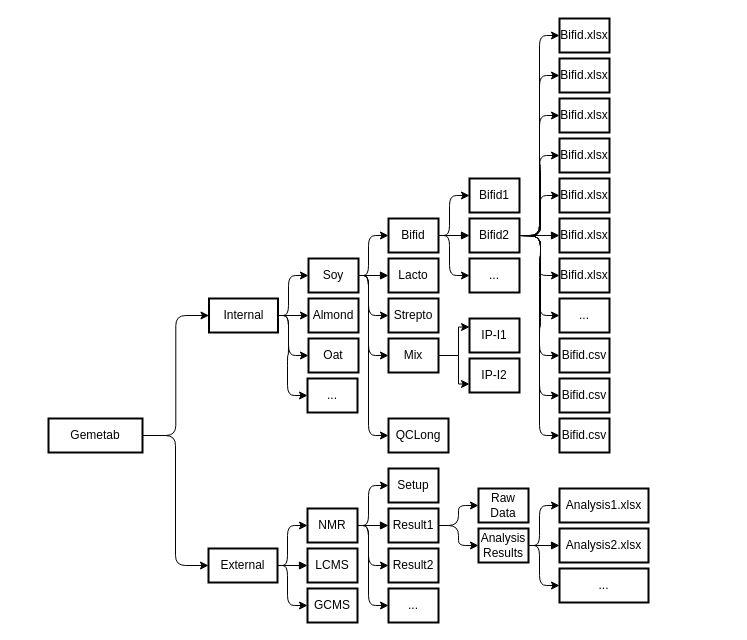
Yoseko/first_streamlit_app keeps this draw.io diagram as Diagramme sans nom.drawio. Above is the earlier version. Source tidied: cells renumbered, new cells numbered last; positions are measured from the earlier drawing's top-left corner, leaving out a move shared by most shapes. Both pictures are drawn from the tidied source at 100%, with x=0, y=0 at pixel (48, 18).
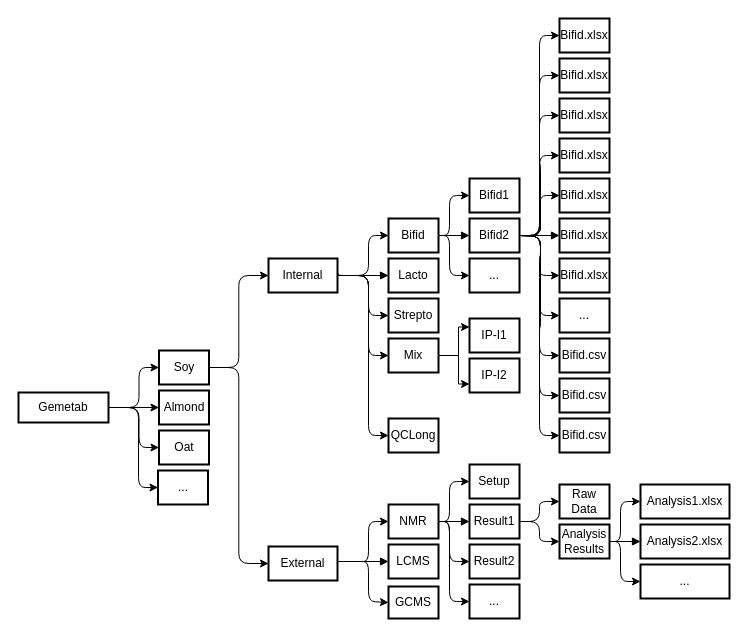
After the change.

Unchanged cells that the change refers to:
```xml
<mxCell id="29" value="Bifid" style="whiteSpace=wrap;strokeWidth=2;" parent="1" vertex="1">
  <mxGeometry x="340" y="200" width="50" height="34" as="geometry" />
</mxCell>
<mxCell id="32" value="Strepto" style="whiteSpace=wrap;strokeWidth=2;" parent="1" vertex="1">
  <mxGeometry x="340" y="280" width="50" height="34" as="geometry" />
</mxCell>
<mxCell id="43" value="Mix" style="whiteSpace=wrap;strokeWidth=2;" parent="1" vertex="1">
  <mxGeometry x="340" y="320" width="50" height="34" as="geometry" />
</mxCell>
```

Diff of the diagram source:
```diff
@@
-    <mxCell id="2" style="edgeStyle=orthogonalEdgeStyle;rounded=1;jettySize=auto;html=1;exitX=1;exitY=0.5;exitDx=0;exitDy=0;entryX=0;entryY=0.5;entryDx=0;entryDy=0;curved=0;" parent="1" edge="1" source="3" target="8">
+    <mxCell id="2" style="edgeStyle=orthogonalEdgeStyle;rounded=1;jettySize=auto;html=1;exitX=1;exitY=0.5;exitDx=0;exitDy=0;entryX=0;entryY=0.5;entryDx=0;entryDy=0;curved=0;" parent="1" edge="1" source="16" target="8">
       <mxGeometry relative="1" as="geometry" />
     </mxCell>
     <mxCell id="3" value="Gemetab" style="whiteSpace=wrap;strokeWidth=2;" parent="1" vertex="1">
-      <mxGeometry y="400" width="94" height="34" as="geometry" />
+      <mxGeometry x="-30" y="374" width="90" height="30" as="geometry" />
     </mxCell>
-    <mxCell id="4" style="edgeStyle=orthogonalEdgeStyle;rounded=0;jettySize=auto;html=1;exitX=1;exitY=0.5;exitDx=0;exitDy=0;entryX=0;entryY=0.5;entryDx=0;entryDy=0;" parent="1" edge="1" source="8" target="18">
-      <mxGeometry relative="1" as="geometry" />
+    <mxCell id="4" style="edgeStyle=orthogonalEdgeStyle;rounded=0;jettySize=auto;html=1;exitX=1;exitY=0.5;exitDx=0;exitDy=0;entryX=0;entryY=0.5;entryDx=0;entryDy=0;" parent="1" edge="1" target="18">
+      <mxGeometry relative="1" as="geometry">
+        <mxPoint x="80" y="389" as="sourcePoint" />
+      </mxGeometry>
     </mxCell>
-    <mxCell id="5" style="edgeStyle=orthogonalEdgeStyle;rounded=1;jettySize=auto;html=1;exitX=1;exitY=0.5;exitDx=0;exitDy=0;entryX=0;entryY=0.5;entryDx=0;entryDy=0;curved=0;" parent="1" edge="1" source="8" target="16">
+    <mxCell id="5" style="edgeStyle=orthogonalEdgeStyle;rounded=1;jettySize=auto;html=1;entryX=0;entryY=0.5;entryDx=0;entryDy=0;curved=0;" parent="1" edge="1" target="16">
       <mxGeometry relative="1" as="geometry">
+        <mxPoint x="60" y="389" as="sourcePoint" />
         <Array as="points">
-          <mxPoint x="240" y="297" />
-          <mxPoint x="240" y="257" />
+          <mxPoint x="90.5" y="389" />
+          <mxPoint x="90.5" y="349" />
         </Array>
       </mxGeometry>
     </mxCell>
-    <mxCell id="6" style="edgeStyle=orthogonalEdgeStyle;rounded=1;jettySize=auto;html=1;exitX=1;exitY=0.5;exitDx=0;exitDy=0;entryX=0;entryY=0.5;entryDx=0;entryDy=0;curved=0;" parent="1" edge="1" source="8" target="19">
+    <mxCell id="6" style="edgeStyle=orthogonalEdgeStyle;rounded=1;jettySize=auto;html=1;entryX=0;entryY=0.5;entryDx=0;entryDy=0;curved=0;" parent="1" edge="1" target="19">
       <mxGeometry relative="1" as="geometry">
+        <mxPoint x="60" y="389" as="sourcePoint" />
         <Array as="points">
-          <mxPoint x="240" y="297" />
-          <mxPoint x="240" y="337" />
+          <mxPoint x="90.5" y="389" />
+          <mxPoint x="90.5" y="429" />
         </Array>
       </mxGeometry>
     </mxCell>
-    <mxCell id="7" style="edgeStyle=orthogonalEdgeStyle;rounded=1;jettySize=auto;html=1;exitX=1;exitY=0.5;exitDx=0;exitDy=0;entryX=0;entryY=0.5;entryDx=0;entryDy=0;curved=0;" parent="1" edge="1" source="8" target="45">
+    <mxCell id="7" style="edgeStyle=orthogonalEdgeStyle;rounded=1;jettySize=auto;html=1;exitX=1;exitY=0.5;exitDx=0;exitDy=0;entryX=0;entryY=0.5;entryDx=0;entryDy=0;curved=0;" parent="1" edge="1" source="3" target="45">
       <mxGeometry relative="1" as="geometry">
         <Array as="points">
-          <mxPoint x="240" y="297" />
-          <mxPoint x="240" y="337" />
-          <mxPoint x="239" y="337" />
-          <mxPoint x="239" y="377" />
+          <mxPoint x="90" y="389" />
+          <mxPoint x="90" y="469" />
         </Array>
       </mxGeometry>
     </mxCell>
     <mxCell id="8" value="Internal" style="whiteSpace=wrap;strokeWidth=2;" parent="1" vertex="1">
-      <mxGeometry x="160.5" y="280" width="69" height="34" as="geometry" />
+      <mxGeometry x="220" y="240" width="69" height="34" as="geometry" />
     </mxCell>
-    <mxCell id="9" style="edgeStyle=orthogonalEdgeStyle;rounded=1;jettySize=auto;html=1;exitX=1;exitY=0.5;exitDx=0;exitDy=0;entryX=0;entryY=0.5;entryDx=0;entryDy=0;curved=0;" parent="1" edge="1" source="11" target="23">
+    <mxCell id="9" style="edgeStyle=orthogonalEdgeStyle;rounded=1;jettySize=auto;html=1;exitX=1;exitY=0.5;exitDx=0;exitDy=0;entryX=0;entryY=0.5;entryDx=0;entryDy=0;curved=0;" parent="1" edge="1" target="23">
       <mxGeometry relative="1" as="geometry">
+        <mxPoint x="310" y="543" as="sourcePoint" />
         <Array as="points">
-          <mxPoint x="239" y="547" />
-          <mxPoint x="239" y="507" />
+          <mxPoint x="320" y="543" />
+          <mxPoint x="320" y="503" />
         </Array>
       </mxGeometry>
     </mxCell>
-    <mxCell id="10" style="edgeStyle=orthogonalEdgeStyle;rounded=1;jettySize=auto;html=1;exitX=1;exitY=0.5;exitDx=0;exitDy=0;entryX=0;entryY=0.5;entryDx=0;entryDy=0;curved=0;" parent="1" edge="1" source="11" target="26">
+    <mxCell id="10" style="edgeStyle=orthogonalEdgeStyle;rounded=1;jettySize=auto;html=1;exitX=1;exitY=0.5;exitDx=0;exitDy=0;entryX=0;entryY=0.5;entryDx=0;entryDy=0;curved=0;" parent="1" edge="1" target="26">
       <mxGeometry relative="1" as="geometry">
+        <mxPoint x="310" y="543" as="sourcePoint" />
         <Array as="points">
-          <mxPoint x="239" y="547" />
-          <mxPoint x="239" y="587" />
+          <mxPoint x="320" y="543" />
+          <mxPoint x="320" y="583" />
         </Array>
       </mxGeometry>
     </mxCell>
     <mxCell id="11" value="External" style="whiteSpace=wrap;strokeWidth=2;" parent="1" vertex="1">
-      <mxGeometry x="160" y="530" width="69" height="34" as="geometry" />
+      <mxGeometry x="220" y="528" width="69" height="34" as="geometry" />
     </mxCell>
-    <mxCell id="12" style="edgeStyle=orthogonalEdgeStyle;rounded=1;jettySize=auto;html=1;exitX=1;exitY=0.5;exitDx=0;exitDy=0;entryX=0;entryY=0.5;entryDx=0;entryDy=0;curved=0;" parent="1" edge="1" source="16" target="29">
+    <mxCell id="12" style="edgeStyle=orthogonalEdgeStyle;rounded=1;jettySize=auto;html=1;exitX=1;exitY=0.5;exitDx=0;exitDy=0;entryX=0;entryY=0.5;entryDx=0;entryDy=0;curved=0;" parent="1" edge="1" source="8" target="29">
       <mxGeometry relative="1" as="geometry">
         <Array as="points">
+          <mxPoint x="290" y="255" />
+          <mxPoint x="290" y="257" />
           <mxPoint x="320" y="257" />
           <mxPoint x="320" y="217" />
         </Array>
       </mxGeometry>
     </mxCell>
-    <mxCell id="13" style="edgeStyle=orthogonalEdgeStyle;rounded=1;jettySize=auto;html=1;exitX=1;exitY=0.5;exitDx=0;exitDy=0;entryX=0;entryY=0.5;entryDx=0;entryDy=0;curved=0;" parent="1" edge="1" source="16" target="32">
+    <mxCell id="13" style="edgeStyle=orthogonalEdgeStyle;rounded=1;jettySize=auto;html=1;exitX=1;exitY=0.5;exitDx=0;exitDy=0;entryX=0;entryY=0.5;entryDx=0;entryDy=0;curved=0;" parent="1" edge="1" source="8" target="32">
       <mxGeometry relative="1" as="geometry">
         <Array as="points">
+          <mxPoint x="289" y="257" />
           <mxPoint x="320" y="257" />
           <mxPoint x="320" y="297" />
         </Array>
       </mxGeometry>
     </mxCell>
-    <mxCell id="14" style="edgeStyle=orthogonalEdgeStyle;rounded=1;jettySize=auto;html=1;exitX=1;exitY=0.5;exitDx=0;exitDy=0;entryX=0;entryY=0.5;entryDx=0;entryDy=0;curved=0;" parent="1" edge="1" source="16" target="43">
+    <mxCell id="14" style="edgeStyle=orthogonalEdgeStyle;rounded=1;jettySize=auto;html=1;exitX=1;exitY=0.5;exitDx=0;exitDy=0;entryX=0;entryY=0.5;entryDx=0;entryDy=0;curved=0;" parent="1" edge="1" source="8" target="43">
       <mxGeometry relative="1" as="geometry">
         <Array as="points">
+          <mxPoint x="289" y="257" />
           <mxPoint x="320" y="257" />
           <mxPoint x="320" y="337" />
         </Array>
       </mxGeometry>
     </mxCell>
-    <mxCell id="15" style="edgeStyle=orthogonalEdgeStyle;rounded=1;jettySize=auto;html=1;exitX=1;exitY=0.5;exitDx=0;exitDy=0;entryX=0;entryY=0.5;entryDx=0;entryDy=0;curved=0;" parent="1" edge="1" source="16" target="81">
+    <mxCell id="15" style="edgeStyle=orthogonalEdgeStyle;rounded=1;jettySize=auto;html=1;exitX=1;exitY=0.5;exitDx=0;exitDy=0;entryX=0;entryY=0.5;entryDx=0;entryDy=0;curved=0;" parent="1" edge="1" source="8" target="81">
       <mxGeometry relative="1" as="geometry">
         <Array as="points">
+          <mxPoint x="289" y="257" />
           <mxPoint x="320" y="257" />
           <mxPoint x="320" y="417" />
         </Array>
       </mxGeometry>
     </mxCell>
     <mxCell id="16" value="Soy" style="whiteSpace=wrap;strokeWidth=2;" parent="1" vertex="1">
-      <mxGeometry x="260" y="240" width="50" height="34" as="geometry" />
+      <mxGeometry x="110.5" y="332" width="50" height="34" as="geometry" />
     </mxCell>
-    <mxCell id="17" style="edgeStyle=orthogonalEdgeStyle;rounded=1;jettySize=auto;html=1;exitX=1;exitY=0.5;exitDx=0;exitDy=0;entryX=0;entryY=0.5;entryDx=0;entryDy=0;curved=0;" parent="1" edge="1" source="3" target="11">
-      <mxGeometry relative="1" as="geometry" />
-    </mxCell>
     <mxCell id="18" value="Almond" style="whiteSpace=wrap;strokeWidth=2;" parent="1" vertex="1">
-      <mxGeometry x="260" y="280" width="50" height="34" as="geometry" />
+      <mxGeometry x="110.5" y="372" width="50" height="34" as="geometry" />
     </mxCell>
     <mxCell id="19" value="Oat" style="whiteSpace=wrap;strokeWidth=2;" parent="1" vertex="1">
-      <mxGeometry x="260" y="320" width="50" height="34" as="geometry" />
+      <mxGeometry x="110.5" y="412" width="50" height="34" as="geometry" />
     </mxCell>
     <mxCell id="20" style="edgeStyle=orthogonalEdgeStyle;rounded=1;jettySize=auto;html=1;exitX=1;exitY=0.5;exitDx=0;exitDy=0;entryX=0;entryY=0.5;entryDx=0;entryDy=0;curved=0;" parent="1" edge="1" source="23" target="33">
       <mxGeometry relative="1" as="geometry">
         <Array as="points">
-          <mxPoint x="320" y="507" />
-          <mxPoint x="320" y="467" />
+          <mxPoint x="401" y="503" />
+          <mxPoint x="401" y="463" />
         </Array>
       </mxGeometry>
     </mxCell>
     <mxCell id="21" style="edgeStyle=orthogonalEdgeStyle;rounded=1;jettySize=auto;html=1;exitX=1;exitY=0.5;exitDx=0;exitDy=0;entryX=0;entryY=0.5;entryDx=0;entryDy=0;curved=0;" parent="1" edge="1" source="23" target="37">
       <mxGeometry relative="1" as="geometry">
         <Array as="points">
-          <mxPoint x="320" y="507" />
-          <mxPoint x="320" y="547" />
+          <mxPoint x="401" y="503" />
+          <mxPoint x="401" y="543" />
         </Array>
       </mxGeometry>
     </mxCell>
     <mxCell id="22" style="edgeStyle=orthogonalEdgeStyle;rounded=1;jettySize=auto;html=1;exitX=1;exitY=0.5;exitDx=0;exitDy=0;entryX=0;entryY=0.5;entryDx=0;entryDy=0;curved=0;" parent="1" edge="1" source="23" target="44">
       <mxGeometry relative="1" as="geometry">
         <Array as="points">
-          <mxPoint x="320" y="507" />
-          <mxPoint x="320" y="587" />
+          <mxPoint x="401" y="503" />
+          <mxPoint x="401" y="583" />
         </Array>
       </mxGeometry>
     </mxCell>
     <mxCell id="23" value="NMR" style="whiteSpace=wrap;strokeWidth=2;" parent="1" vertex="1">
-      <mxGeometry x="259" y="490" width="50" height="34" as="geometry" />
+      <mxGeometry x="340" y="486" width="50" height="34" as="geometry" />
     </mxCell>
     <mxCell id="24" value="LCMS" style="whiteSpace=wrap;strokeWidth=2;" parent="1" vertex="1">
-      <mxGeometry x="259" y="530" width="50" height="34" as="geometry" />
+      <mxGeometry x="340" y="526" width="50" height="34" as="geometry" />
     </mxCell>
     <mxCell id="25" style="curved=0;startArrow=none;endArrow=block;entryX=0;entryY=0.5;entryDx=0;entryDy=0;rounded=1;" parent="1" edge="1" target="24">
       <mxGeometry relative="1" as="geometry">
-        <mxPoint x="229" y="547" as="sourcePoint" />
+        <mxPoint x="290" y="543" as="sourcePoint" />
       </mxGeometry>
     </mxCell>
     <mxCell id="26" value="GCMS" style="whiteSpace=wrap;strokeWidth=2;" parent="1" vertex="1">
-      <mxGeometry x="259" y="570" width="50" height="34" as="geometry" />
+      <mxGeometry x="340" y="568" width="50" height="32" as="geometry" />
     </mxCell>
@@
     <mxCell id="33" value="Setup" style="whiteSpace=wrap;strokeWidth=2;" parent="1" vertex="1">
-      <mxGeometry x="340" y="450" width="50" height="34" as="geometry" />
+      <mxGeometry x="421" y="446" width="50" height="34" as="geometry" />
     </mxCell>
@@
     <mxCell id="35" value="Result1" style="whiteSpace=wrap;strokeWidth=2;" parent="1" vertex="1">
-      <mxGeometry x="340" y="490" width="50" height="34" as="geometry" />
+      <mxGeometry x="421" y="486" width="50" height="34" as="geometry" />
     </mxCell>
     <mxCell id="36" style="curved=0;startArrow=none;endArrow=block;entryX=0;entryY=0.5;entryDx=0;entryDy=0;rounded=1;" parent="1" edge="1" target="35">
       <mxGeometry relative="1" as="geometry">
-        <mxPoint x="310" y="507" as="sourcePoint" />
+        <mxPoint x="391" y="503" as="sourcePoint" />
       </mxGeometry>
     </mxCell>
     <mxCell id="37" value="Result2" style="whiteSpace=wrap;strokeWidth=2;" parent="1" vertex="1">
-      <mxGeometry x="340" y="530" width="50" height="34" as="geometry" />
+      <mxGeometry x="421" y="526" width="50" height="34" as="geometry" />
     </mxCell>
     <mxCell id="38" value="Raw Data" style="whiteSpace=wrap;strokeWidth=2;" parent="1" vertex="1">
-      <mxGeometry x="430" y="470" width="50" height="34" as="geometry" />
+      <mxGeometry x="511" y="466" width="50" height="34" as="geometry" />
     </mxCell>
     <mxCell id="39" value="Analysis Results" style="whiteSpace=wrap;strokeWidth=2;" parent="1" vertex="1">
-      <mxGeometry x="430" y="510" width="50" height="34" as="geometry" />
+      <mxGeometry x="511" y="506" width="50" height="34" as="geometry" />
     </mxCell>
     <mxCell id="40" style="edgeStyle=orthogonalEdgeStyle;rounded=1;jettySize=auto;html=1;exitX=1;exitY=0.5;exitDx=0;exitDy=0;entryX=0;entryY=0.5;entryDx=0;entryDy=0;curved=0;" parent="1" edge="1" source="35" target="38">
       <mxGeometry relative="1" as="geometry">
         <Array as="points">
-          <mxPoint x="410" y="507" />
-          <mxPoint x="410" y="487" />
+          <mxPoint x="491" y="503" />
+          <mxPoint x="491" y="483" />
         </Array>
       </mxGeometry>
     </mxCell>
@@
     <mxCell id="44" value="..." style="whiteSpace=wrap;strokeWidth=2;" parent="1" vertex="1">
-      <mxGeometry x="340" y="570" width="50" height="34" as="geometry" />
+      <mxGeometry x="421" y="566" width="50" height="34" as="geometry" />
     </mxCell>
     <mxCell id="45" value="..." style="whiteSpace=wrap;strokeWidth=2;" parent="1" vertex="1">
-      <mxGeometry x="259" y="360" width="50" height="34" as="geometry" />
+      <mxGeometry x="109.5" y="452" width="50" height="34" as="geometry" />
     </mxCell>
@@
     <mxCell id="73" style="edgeStyle=orthogonalEdgeStyle;rounded=1;jettySize=auto;html=1;exitX=1;exitY=0.5;exitDx=0;exitDy=0;entryX=0;entryY=0.5;entryDx=0;entryDy=0;curved=0;" parent="1" edge="1" target="75">
       <mxGeometry relative="1" as="geometry">
-        <mxPoint x="480" y="527" as="sourcePoint" />
+        <mxPoint x="561" y="523" as="sourcePoint" />
         <Array as="points">
-          <mxPoint x="491" y="527" />
-          <mxPoint x="491" y="487" />
+          <mxPoint x="572" y="523" />
+          <mxPoint x="572" y="483" />
         </Array>
       </mxGeometry>
     </mxCell>
     <mxCell id="74" style="edgeStyle=orthogonalEdgeStyle;rounded=1;jettySize=auto;html=1;exitX=1;exitY=0.5;exitDx=0;exitDy=0;entryX=0;entryY=0.5;entryDx=0;entryDy=0;curved=0;" parent="1" edge="1" target="78">
       <mxGeometry relative="1" as="geometry">
-        <mxPoint x="480" y="527" as="sourcePoint" />
+        <mxPoint x="561" y="523" as="sourcePoint" />
         <Array as="points">
-          <mxPoint x="491" y="527" />
-          <mxPoint x="491" y="567" />
+          <mxPoint x="572" y="523" />
+          <mxPoint x="572" y="563" />
         </Array>
       </mxGeometry>
     </mxCell>
     <mxCell id="75" value="Analysis1.xlsx" style="whiteSpace=wrap;strokeWidth=2;" parent="1" vertex="1">
-      <mxGeometry x="511" y="470" width="89" height="34" as="geometry" />
+      <mxGeometry x="592" y="466" width="89" height="34" as="geometry" />
     </mxCell>
     <mxCell id="76" value="Analysis2.xlsx" style="whiteSpace=wrap;strokeWidth=2;" parent="1" vertex="1">
-      <mxGeometry x="511" y="510" width="89" height="34" as="geometry" />
+      <mxGeometry x="592" y="506" width="89" height="34" as="geometry" />
     </mxCell>
     <mxCell id="77" style="curved=0;startArrow=none;endArrow=block;entryX=0;entryY=0.5;entryDx=0;entryDy=0;rounded=1;" parent="1" edge="1" target="76">
       <mxGeometry relative="1" as="geometry">
-        <mxPoint x="481" y="527" as="sourcePoint" />
+        <mxPoint x="562" y="523" as="sourcePoint" />
       </mxGeometry>
     </mxCell>
     <mxCell id="78" value="..." style="whiteSpace=wrap;strokeWidth=2;" parent="1" vertex="1">
-      <mxGeometry x="511" y="550" width="89" height="34" as="geometry" />
+      <mxGeometry x="592" y="546" width="89" height="34" as="geometry" />
     </mxCell>
@@
     <mxCell id="81" value="QCLong" style="whiteSpace=wrap;strokeWidth=2;" parent="1" vertex="1">
-      <mxGeometry x="340" y="400" width="60" height="34" as="geometry" />
+      <mxGeometry x="340" y="400" width="50" height="34" as="geometry" />
     </mxCell>
+    <mxCell id="82" style="edgeStyle=orthogonalEdgeStyle;rounded=1;jettySize=auto;html=1;exitX=1;exitY=0.5;exitDx=0;exitDy=0;curved=0;entryX=0;entryY=0.5;entryDx=0;entryDy=0;" parent="1" edge="1" source="16" target="11">
+      <mxGeometry relative="1" as="geometry" />
+    </mxCell>
```
